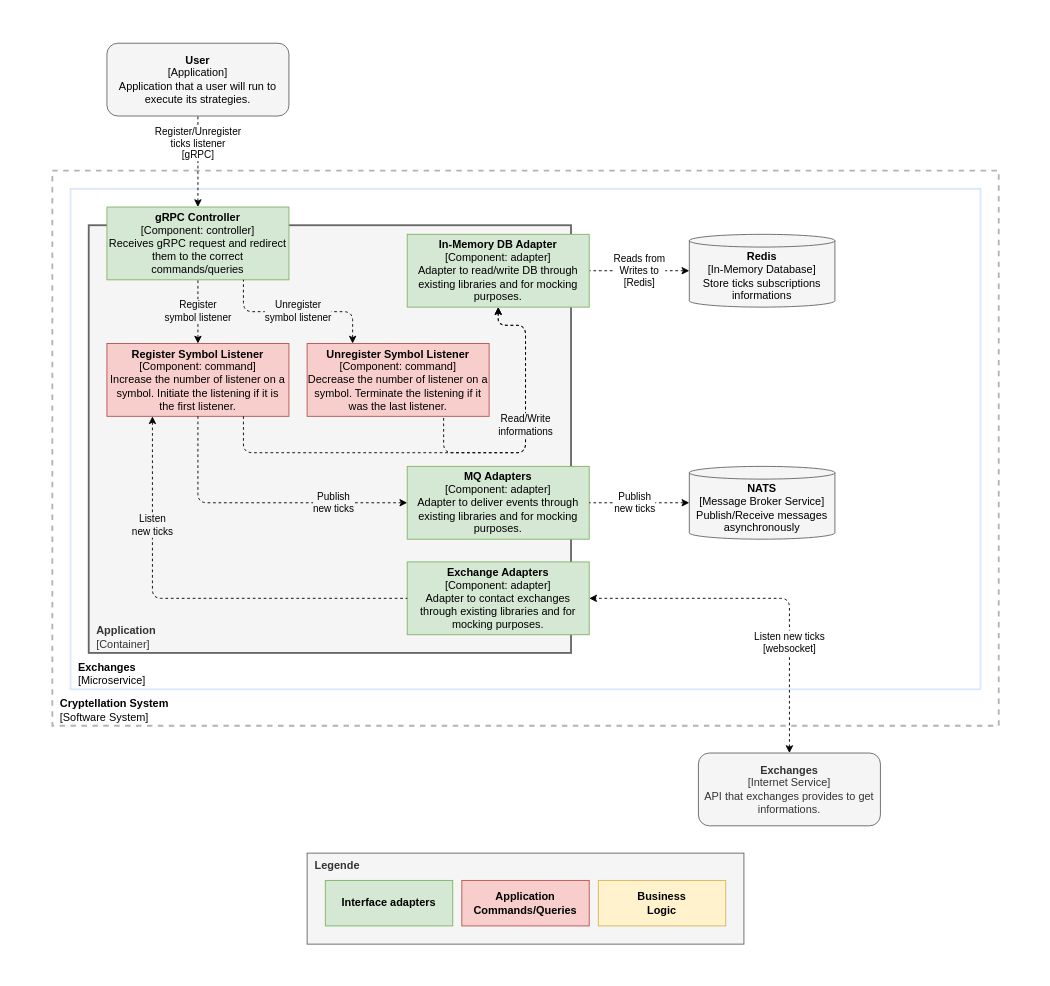
This is website/docs/system/ticks/component-diagram.drawio from lerenn/cryptellation, a draw.io file, before an edit. Source tidied: cells renumbered, new cells numbered last; positions are measured from the earlier drawing's top-left corner, leaving out a move shared by most shapes. Both pictures are drawn from the tidied source at 91%, with x=0, y=0 at pixel (15, 15).
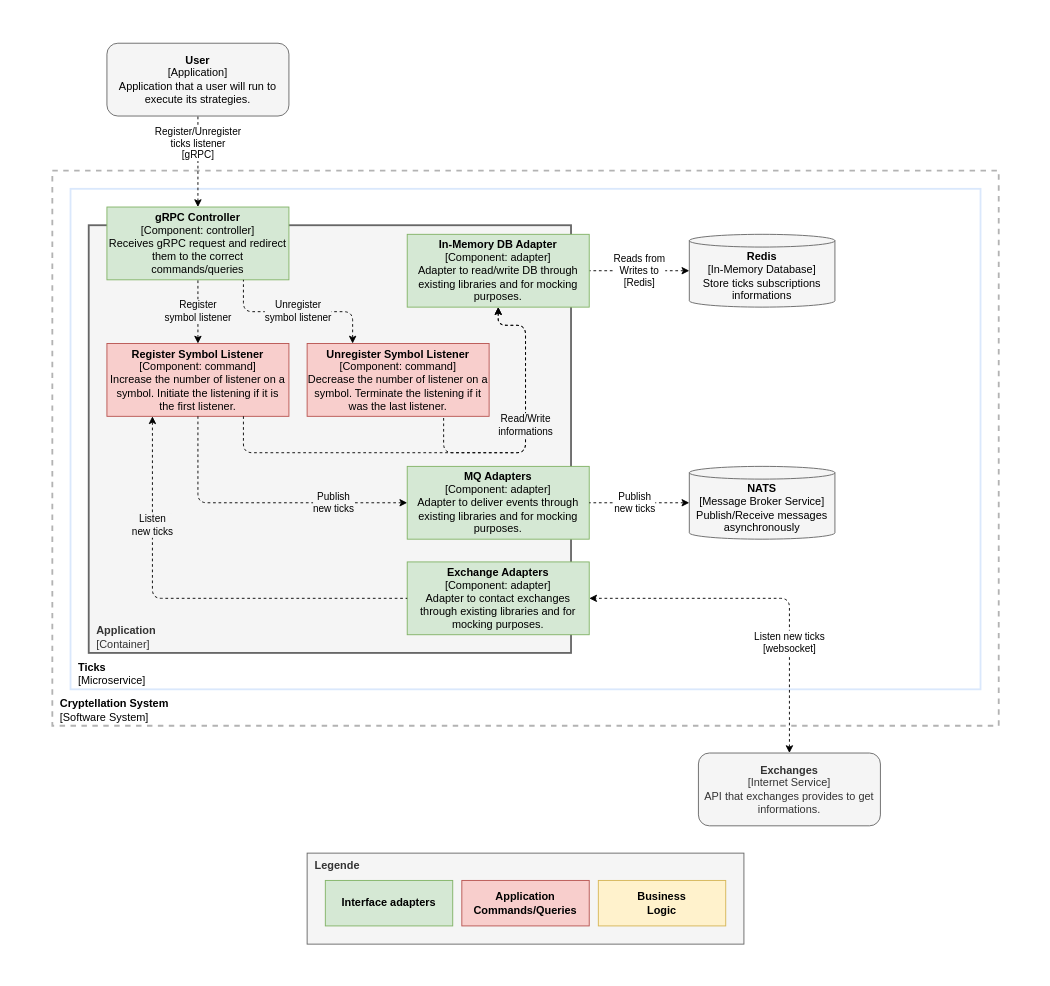
The same diagram, later.

Commit message (it also covers changes not shown here):
correct diagrams names

Change to the diagram source:
```diff
@@
-    <mxCell id="4" value="&amp;nbsp; &lt;b&gt;Exchanges&lt;/b&gt;&lt;br&gt;&amp;nbsp; [Microservice]" style="rounded=0;whiteSpace=wrap;html=1;labelBackgroundColor=none;strokeColor=#DAE8FC;strokeWidth=2;fillColor=none;verticalAlign=bottom;align=left;" parent="1" vertex="1">
+    <mxCell id="4" value="&amp;nbsp; &lt;b&gt;Ticks&lt;/b&gt;&lt;br&gt;&amp;nbsp; [Microservice]" style="rounded=0;whiteSpace=wrap;html=1;labelBackgroundColor=none;strokeColor=#DAE8FC;strokeWidth=2;fillColor=none;verticalAlign=bottom;align=left;" parent="1" vertex="1">
       <mxGeometry x="60" y="190" width="1000" height="550" as="geometry" />
     </mxCell>
```
